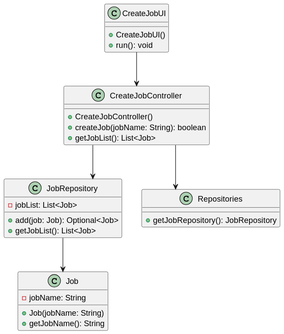
Before: docs/sprintC/us023/03.design/svg/us002-class-diagram.svg, a diagram exported from PlantUML (Departamento-de-Engenharia-Informatica/greenspace-management).
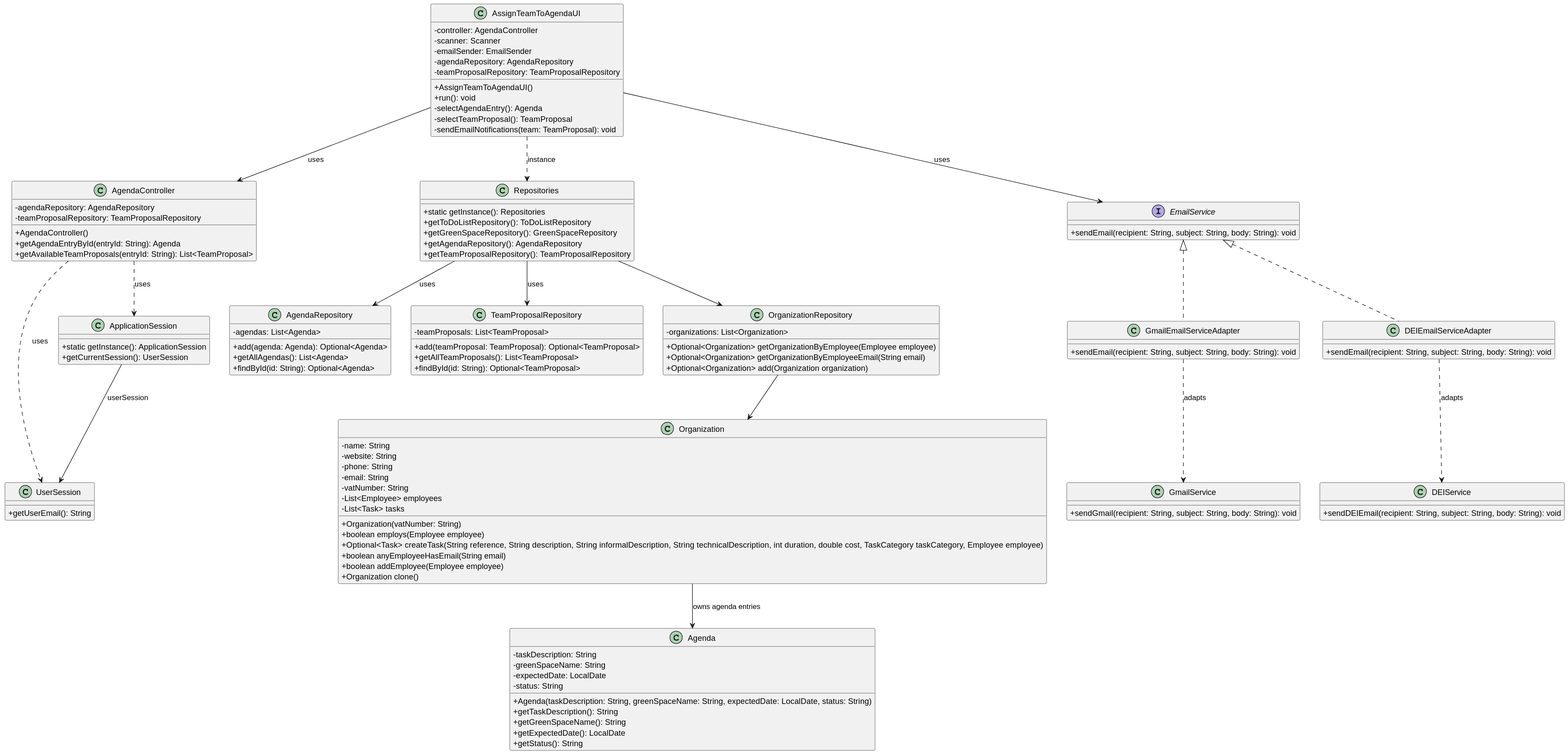
Above is the later version.

Change to the diagram source:
```diff
@@ -2,37 +2,138 @@
 skinparam packageStyle rectangle
 skinparam shadowing false
 skinparam linetype polyline
-skinparam linetype ortho
+skinparam linetype orto
+skinparam classAttributeIconSize 0
 
-class CreateJobController {
-    + CreateJobController()
-    + createJob(jobName: String): boolean
-    + getJobList(): List<Job>
+class AssignTeamToAgendaUI {
+    - controller: AgendaController
+    - scanner: Scanner
+    - emailSender: EmailSender
+    - agendaRepository: AgendaRepository
+    - teamProposalRepository: TeamProposalRepository
+
+    + AssignTeamToAgendaUI()
+    + run(): void
+    - selectAgendaEntry(): Agenda
+    - selectTeamProposal(): TeamProposal
+    - sendEmailNotifications(team: TeamProposal): void
 }
 
-class Job {
-    - jobName: String
-    + Job(jobName: String)
-    + getJobName(): String
+class AgendaController {
+    - agendaRepository: AgendaRepository
+    - teamProposalRepository: TeamProposalRepository
+
+    + AgendaController()
+    + getAgendaEntryById(entryId: String): Agenda
+    + getAvailableTeamProposals(entryId: String): List<TeamProposal>
 }
 
-class JobRepository {
-    - jobList: List<Job>
-    + add(job: Job): Optional<Job>
-    + getJobList(): List<Job>
+class AgendaRepository {
+    - agendas: List<Agenda>
+
+    + add(agenda: Agenda): Optional<Agenda>
+    + getAllAgendas(): List<Agenda>
+    + findById(id: String): Optional<Agenda>
 }
 
-class CreateJobUI {
-    + CreateJobUI()
-    + run(): void
+class TeamProposalRepository {
+    - teamProposals: List<TeamProposal>
+
+    + add(teamProposal: TeamProposal): Optional<TeamProposal>
+    + getAllTeamProposals(): List<TeamProposal>
+    + findById(id: String): Optional<TeamProposal>
 }
 
+
+
 class Repositories {
-    + getJobRepository(): JobRepository
+    + static getInstance(): Repositories
+    + getToDoListRepository(): ToDoListRepository
+    + getGreenSpaceRepository(): GreenSpaceRepository
+    + getAgendaRepository(): AgendaRepository
+    + getTeamProposalRepository(): TeamProposalRepository
 }
 
-CreateJobUI --> CreateJobController
-CreateJobController --> JobRepository
-CreateJobController --> Repositories
-JobRepository --> Job
+class UserSession {
+    + getUserEmail(): String
+}
+
+class ApplicationSession {
+    + static getInstance(): ApplicationSession
+    + getCurrentSession(): UserSession
+}
+class OrganizationRepository {
+    - organizations: List<Organization>
+
+    + Optional<Organization> getOrganizationByEmployee(Employee employee)
+    + Optional<Organization> getOrganizationByEmployeeEmail(String email)
+    + Optional<Organization> add(Organization organization)
+}
+class Organization {
+    - name: String
+    - website: String
+    - phone: String
+    - email: String
+    - vatNumber: String
+    - List<Employee> employees
+    - List<Task> tasks
+
+    + Organization(vatNumber: String)
+    + boolean employs(Employee employee)
+    + Optional<Task> createTask(String reference, String description, String informalDescription, String technicalDescription, int duration, double cost, TaskCategory taskCategory, Employee employee)
+    + boolean anyEmployeeHasEmail(String email)
+    + boolean addEmployee(Employee employee)
+    + Organization clone()
+}
+class Agenda {
+    - taskDescription: String
+    - greenSpaceName: String
+    - expectedDate: LocalDate
+    - status: String
+
+    + Agenda(taskDescription: String, greenSpaceName: String, expectedDate: LocalDate, status: String)
+    + getTaskDescription(): String
+    + getGreenSpaceName(): String
+    + getExpectedDate(): LocalDate
+    + getStatus(): String
+}
+
+interface EmailService {
+    +sendEmail(recipient: String, subject: String, body: String): void
+}
+
+class GmailEmailServiceAdapter {
+    +sendEmail(recipient: String, subject: String, body: String): void
+}
+class GmailService {
+    +sendGmail(recipient: String, subject: String, body: String): void
+}
+
+class DEIEmailServiceAdapter {
+    +sendEmail(recipient: String, subject: String, body: String): void
+}
+
+class DEIService {
+    +sendDEIEmail(recipient: String, subject: String, body: String): void
+}
+
+EmailService <|.. GmailEmailServiceAdapter
+EmailService <|.. DEIEmailServiceAdapter
+
+GmailEmailServiceAdapter ..> GmailService : adapts
+DEIEmailServiceAdapter ..> DEIService : adapts
+
+
+
+AssignTeamToAgendaUI --> AgendaController : uses
+AssignTeamToAgendaUI..> Repositories : instance
+AssignTeamToAgendaUI --> EmailService : uses
+Repositories --> AgendaRepository : uses
+Repositories --> OrganizationRepository
+OrganizationRepository --> Organization
+Repositories --> TeamProposalRepository : uses
+Organization --> Agenda : owns agenda entries
+ApplicationSession --> UserSession : userSession
+AgendaController ..> ApplicationSession : uses
+AgendaController ..> UserSession : uses
 @enduml
```
